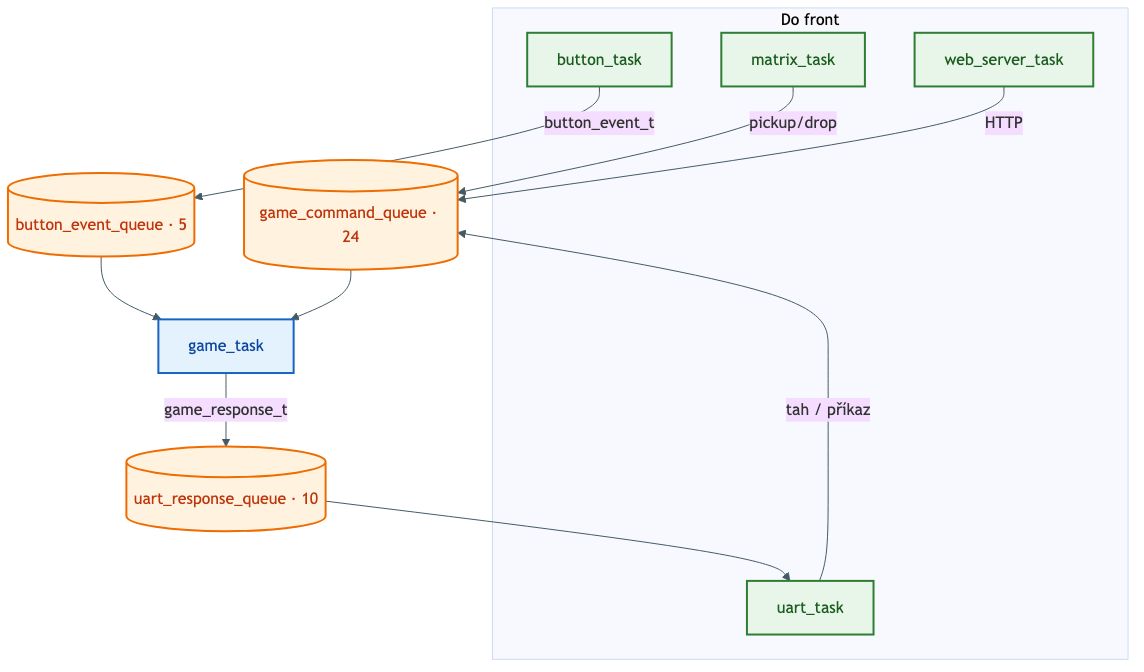
AlfredKrutina/chess_esp32_c6_devkit keeps this Mermaid diagram as docs/diagrams/queues_flow.png. Above is the earlier version. Its source is kept beside it as docs/diagrams/sources/queues_flow.mmd.
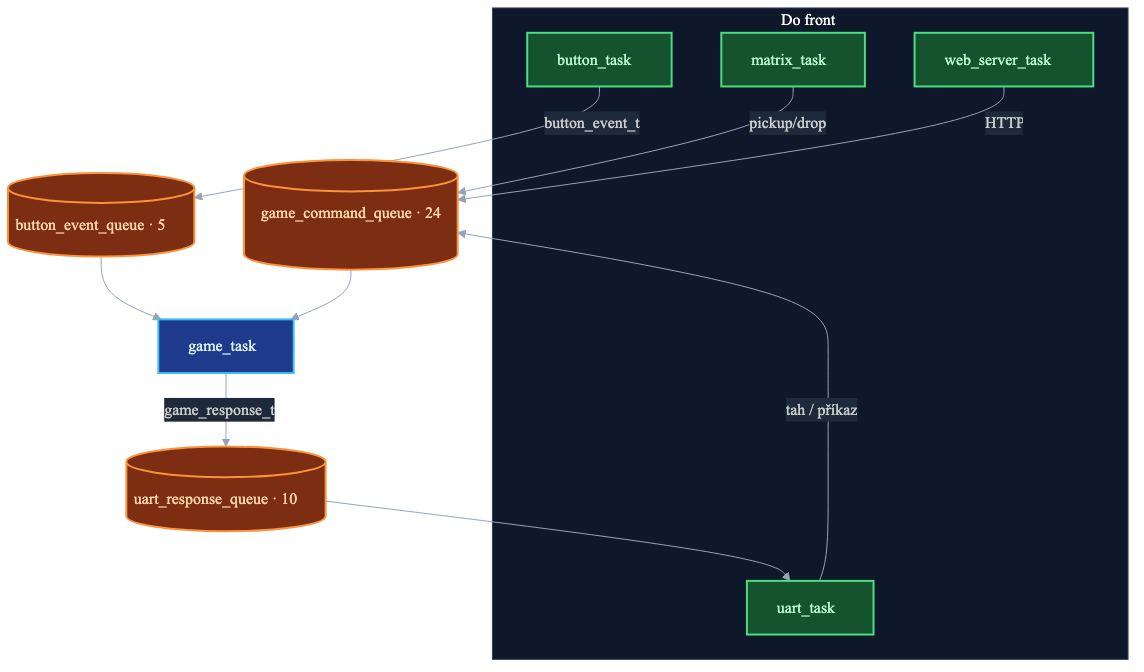
The same diagram one commit later.

The edit, as a diff of the source:
```diff
@@ -1,4 +1,4 @@
-%%{init: {'theme':'base', 'themeVariables': {'lineColor':'#455a64'}}}%%
+%%{init: {'theme':'dark','themeVariables':{'fontFamily':'system-ui,Segoe UI,sans-serif','clusterBkg':'#0f172a','clusterBorder':'#334155','lineColor':'#94a3b8','primaryColor':'#1e293b','primaryTextColor':'#f1f5f9','primaryBorderColor':'#64748b','edgeLabelBackground':'#1e293b','titleColor':'#f8fafc'}}}%%
 flowchart TB
   subgraph PROD["Do front"]
     MT[matrix_task]:::taskN
@@ -21,6 +21,6 @@
   GT -->|game_response_t| URQ
   URQ --> UART
 
-  classDef taskN fill:#e8f5e9,stroke:#2e7d32,stroke-width:2px,color:#1b5e20
-  classDef queueN fill:#fff3e0,stroke:#ef6c00,stroke-width:2px,color:#bf360c
-  classDef gameN fill:#e3f2fd,stroke:#1565c0,stroke-width:2px,color:#0d47a1
+  classDef taskN fill:#14532d,stroke:#4ade80,stroke-width:2px,color:#bbf7d0
+  classDef queueN fill:#7c2d12,stroke:#fb923c,stroke-width:2px,color:#fed7aa
+  classDef gameN fill:#1e3a8a,stroke:#38bdf8,stroke-width:2px,color:#e0f2fe
```
